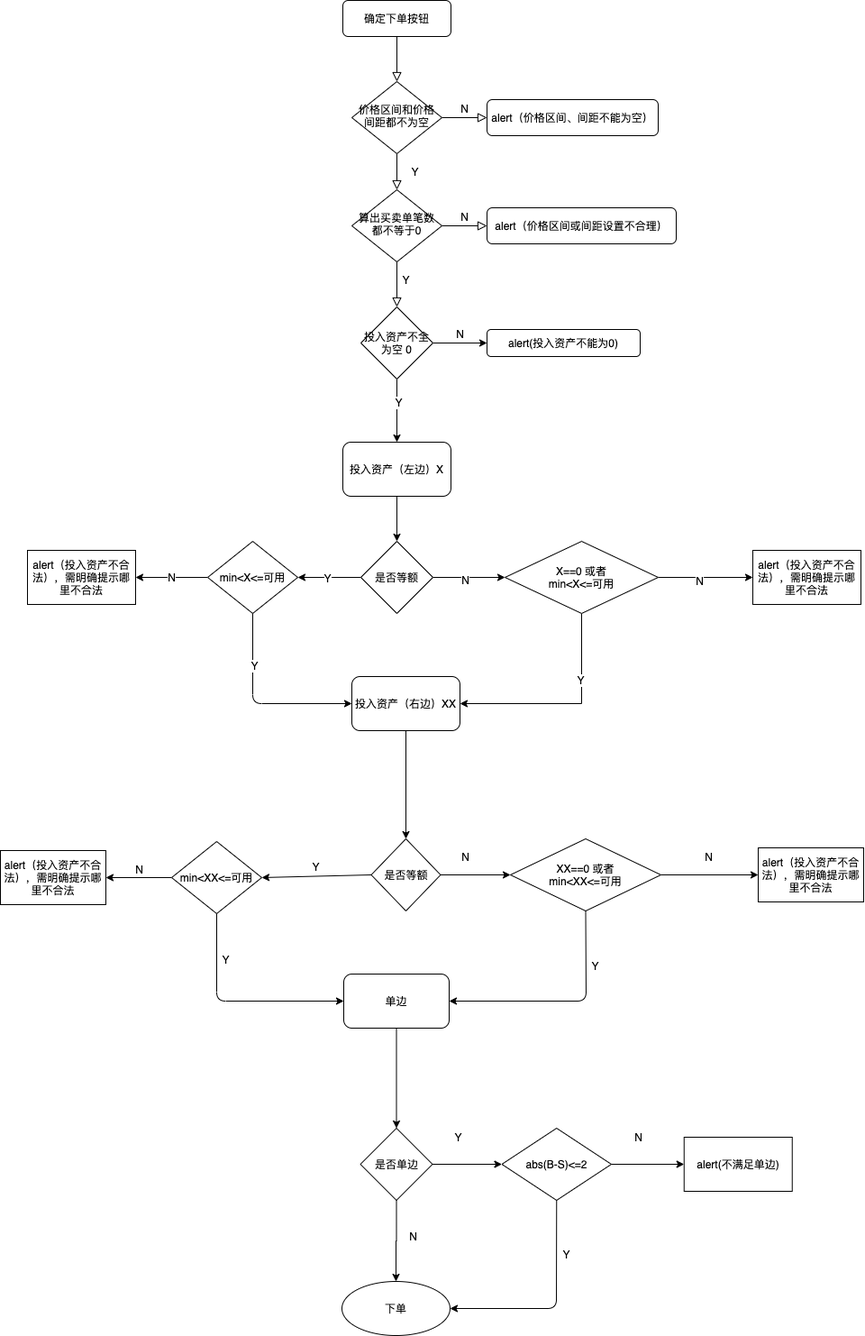
niuhb/album keeps this draw.io diagram as Untitled Diagram.png. Above is the earlier version. Source tidied: cells renumbered, new cells last; positions are measured from the earlier drawing's top-left corner, leaving out a move shared by most shapes.
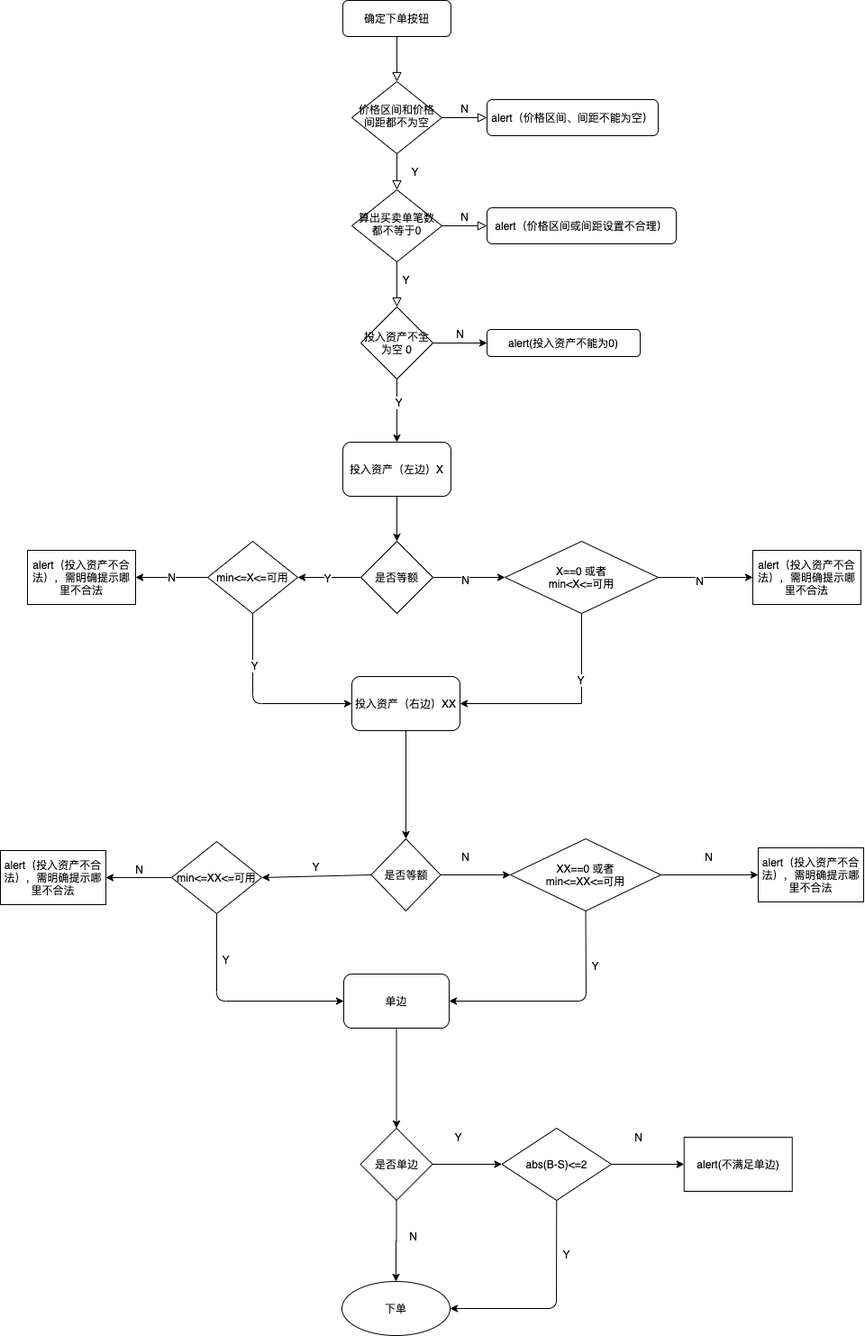
The same diagram one commit later.

The edit, as a diff of the source:
```diff
@@ -80,7 +80,7 @@
     <mxCell id="25" value="N" style="edgeStyle=orthogonalEdgeStyle;rounded=0;jettySize=auto;html=1;" parent="1" edge="1" source="26" target="33">
       <mxGeometry relative="1" as="geometry" />
     </mxCell>
-    <mxCell id="26" value="&lt;span&gt;min&amp;lt;X&amp;lt;=可用&lt;/span&gt;" style="rhombus;whiteSpace=wrap;html=1;" parent="1" vertex="1">
+    <mxCell id="26" value="&lt;span&gt;min&amp;lt;=X&amp;lt;=可用&lt;/span&gt;" style="rhombus;whiteSpace=wrap;html=1;" parent="1" vertex="1">
       <mxGeometry x="230" y="600" width="100" height="80" as="geometry" />
     </mxCell>
     <mxCell id="27" style="edgeStyle=orthogonalEdgeStyle;rounded=0;jettySize=auto;html=1;entryX=1;entryY=0.5;entryDx=0;entryDy=0;" parent="1" edge="1" source="31" target="34">
@@ -124,13 +124,13 @@
         <mxPoint x="190" y="973" as="sourcePoint" />
       </mxGeometry>
     </mxCell>
-    <mxCell id="38" value="&lt;span&gt;min&amp;lt;XX&amp;lt;=可用&lt;/span&gt;" style="rhombus;whiteSpace=wrap;html=1;" parent="1" vertex="1">
+    <mxCell id="38" value="&lt;span&gt;min&amp;lt;=XX&amp;lt;=可用&lt;/span&gt;" style="rhombus;whiteSpace=wrap;html=1;" parent="1" vertex="1">
       <mxGeometry x="190" y="933" width="100" height="80" as="geometry" />
     </mxCell>
     <mxCell id="39" style="edgeStyle=orthogonalEdgeStyle;rounded=0;jettySize=auto;html=1;" parent="1" edge="1" source="40" target="42">
       <mxGeometry relative="1" as="geometry" />
     </mxCell>
-    <mxCell id="40" value="XX==0 或者&lt;br&gt;min&amp;lt;XX&amp;lt;=可用" style="rhombus;whiteSpace=wrap;html=1;" parent="1" vertex="1">
+    <mxCell id="40" value="XX==0 或者&lt;br&gt;min&amp;lt;=XX&amp;lt;=可用" style="rhombus;whiteSpace=wrap;html=1;" parent="1" vertex="1">
       <mxGeometry x="566" y="930" width="167" height="80" as="geometry" />
     </mxCell>
     <mxCell id="41" value="N" style="text;html=1;align=center;verticalAlign=middle;" parent="1" vertex="1">
```
